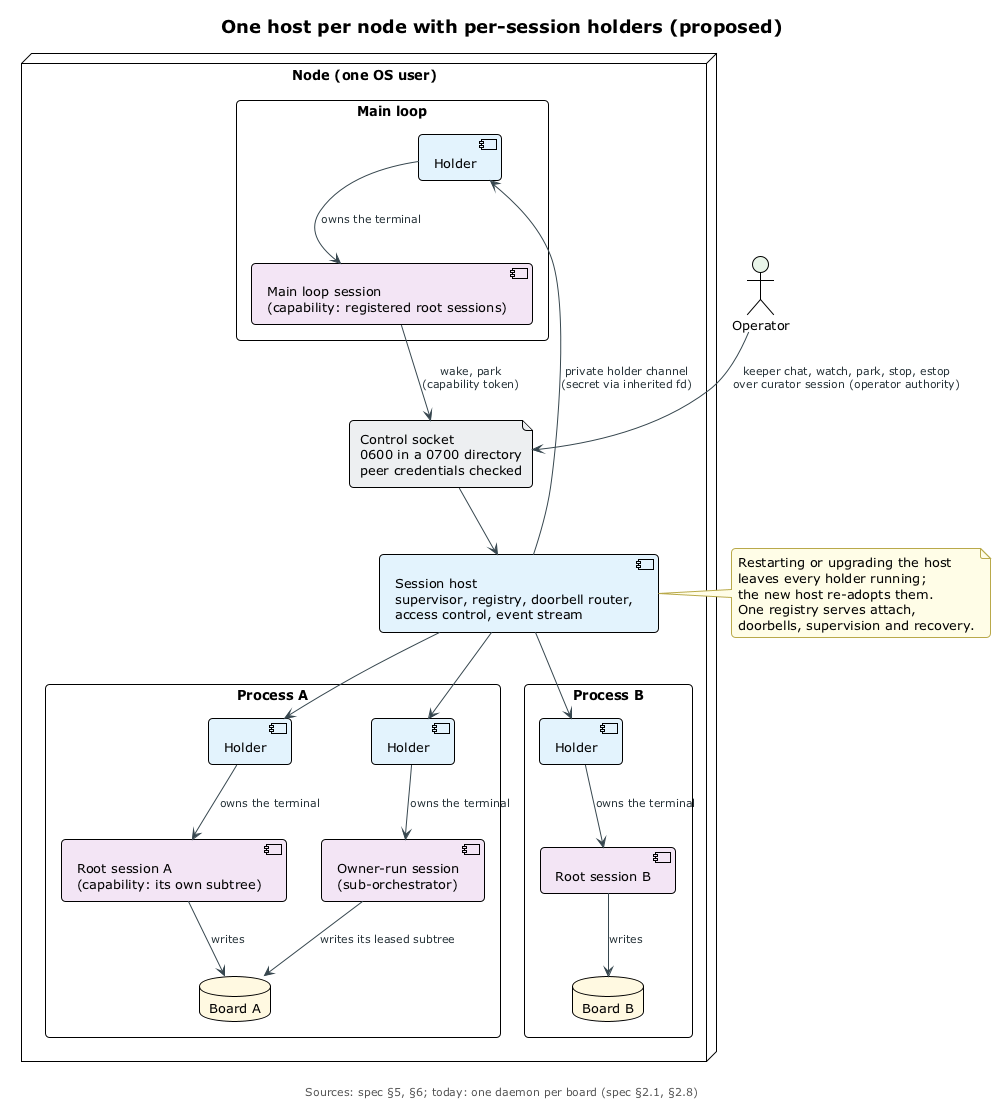
Before: diagrams/artefacts/plantuml/one-host-per-node.png, a diagram exported from PlantUML (relux-works/agent-session-host).
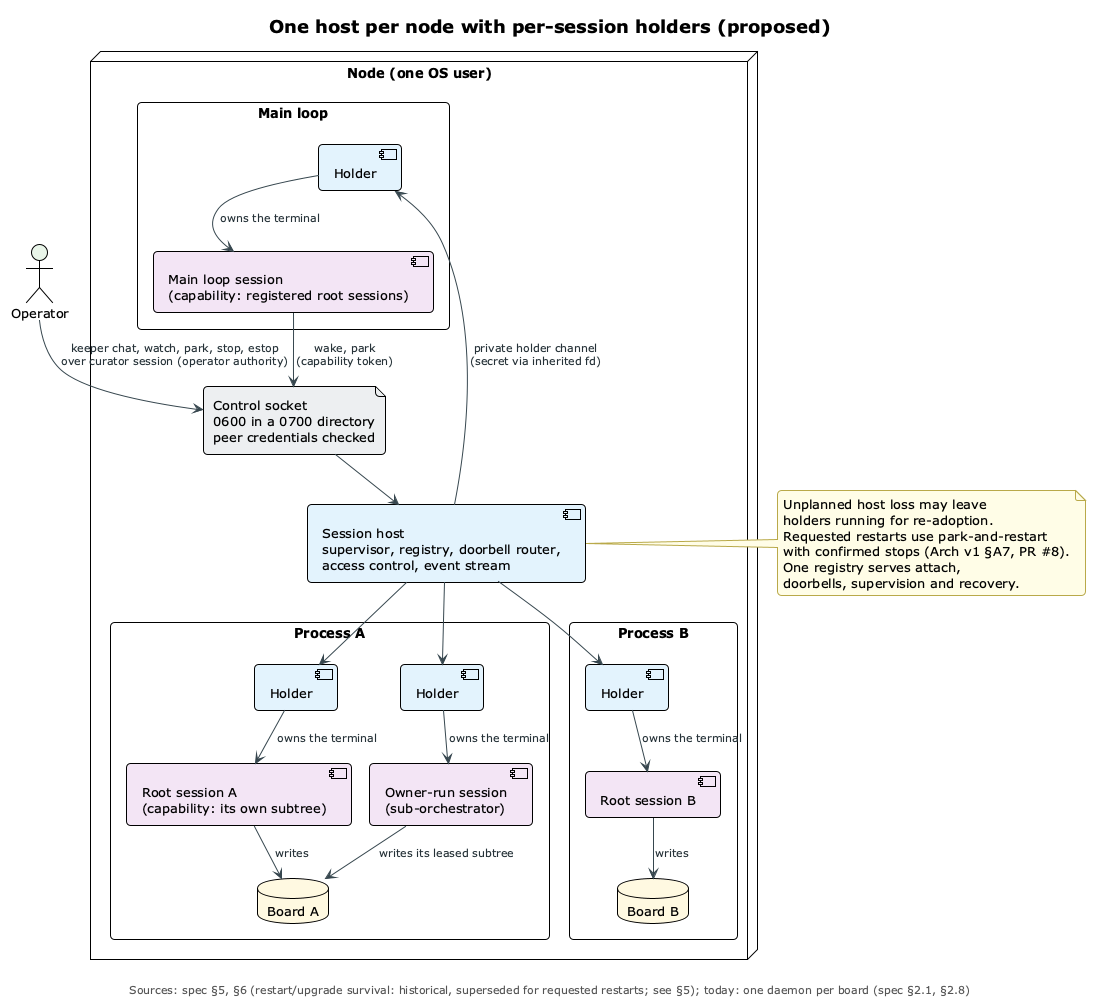
Above is the later version.

Diff of the diagram source:
```diff
@@ -1,4 +1,5 @@
 @startuml one-host-per-node
+!pragma layout smetana
 !include ../_includes/theme.puml
 
 title One host per node with per-session holders (proposed)
@@ -43,12 +44,13 @@
 S2 --> B2 : writes
 
 note right of HOST
-  Restarting or upgrading the host
-  leaves every holder running;
-  the new host re-adopts them.
+  Unplanned host loss may leave
+  holders running for re-adoption.
+  Requested restarts use park-and-restart
+  with confirmed stops (Arch v1 §A7, PR #8).
   One registry serves attach,
   doorbells, supervision and recovery.
 end note
 
-caption Sources: spec §5, §6; today: one daemon per board (spec §2.1, §2.8)
+caption Sources: spec §5, §6 (restart/upgrade survival: historical, superseded for requested restarts; see §5); today: one daemon per board (spec §2.1, §2.8)
 @enduml
```
